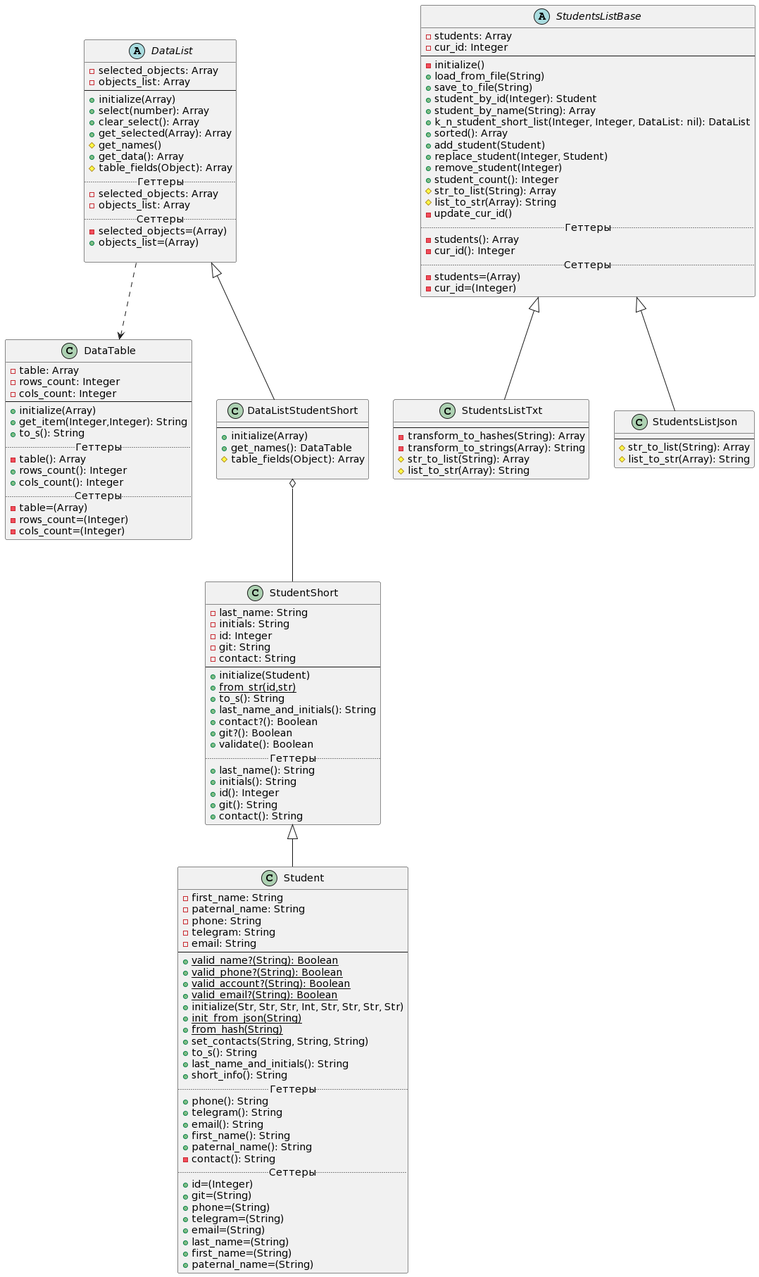
This is Diagrams/class_diagram_lab2.png from waasabi13/ruby_labs, a PlantUML export, as it was before one commit.
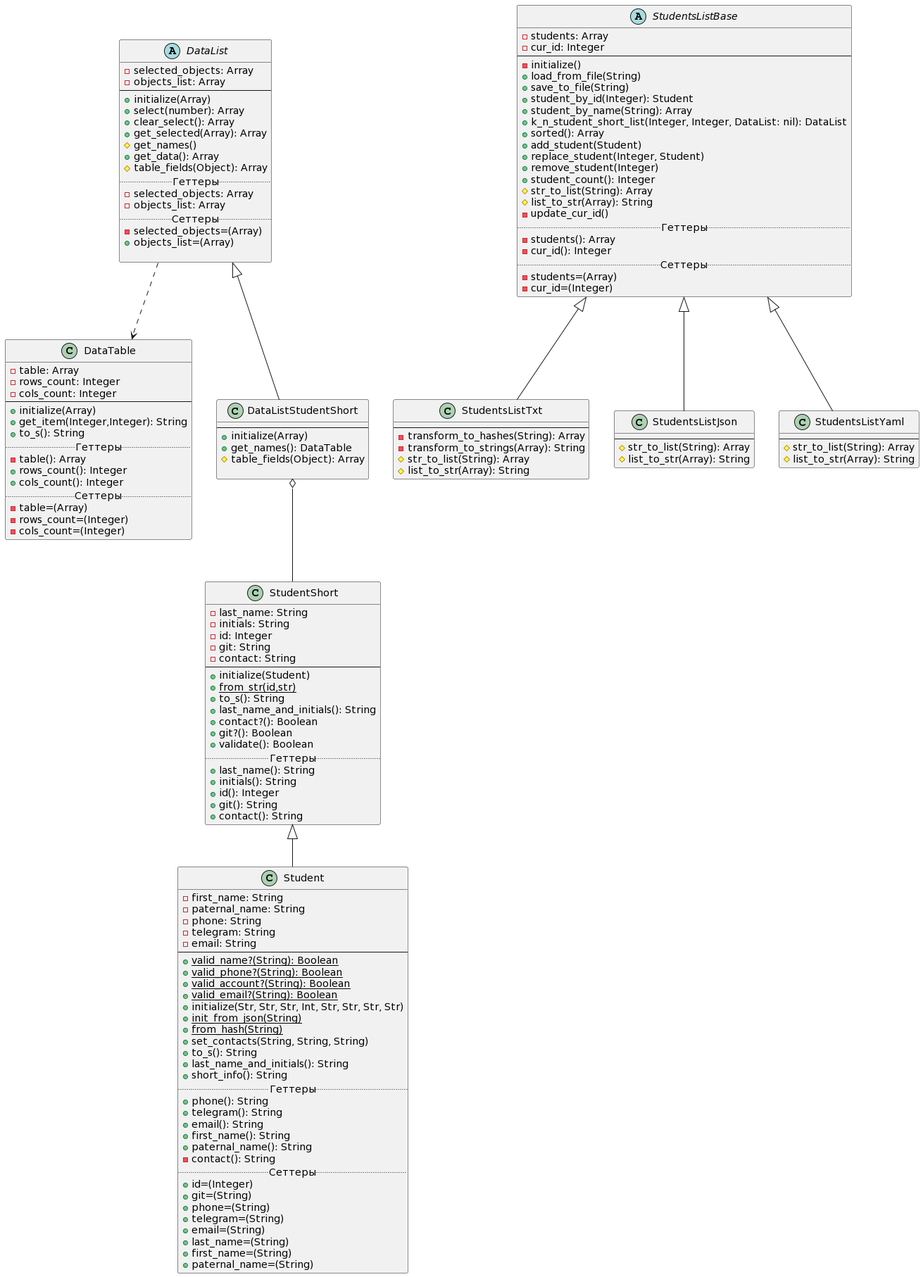
The same diagram one commit later.

What changed in the source:
```diff
@@ -147,6 +147,12 @@
      #list_to_str(Array): String
  }
 
+ class StudentsListYaml extends StudentsListBase {
+     --
+     #str_to_list(String): Array
+     #list_to_str(Array): String
+ }
+
 DataList ..> DataTable
 
 DataListStudentShort o-- StudentShort
```
